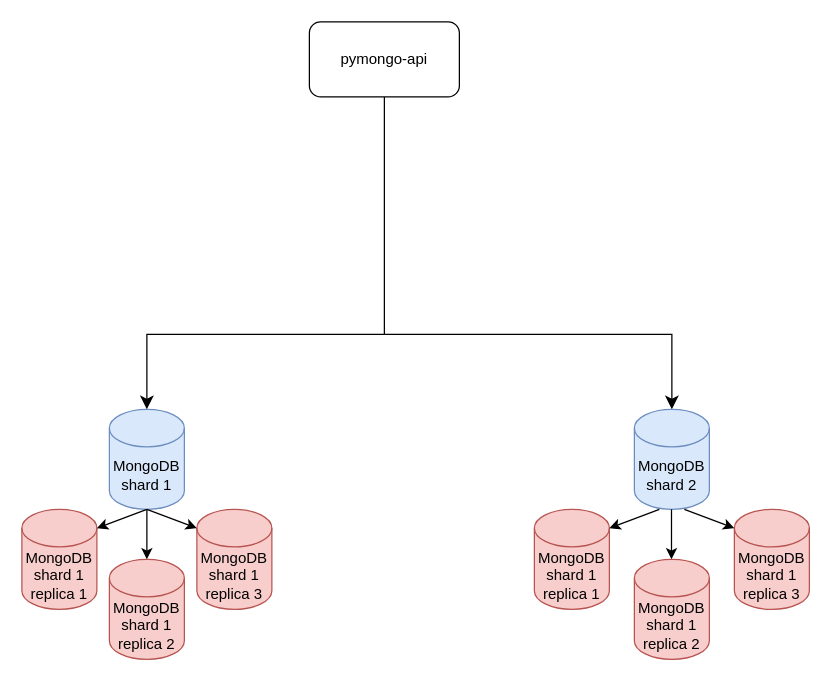
6-abs-dev/YP_sprint2 keeps this draw.io diagram as page "task 3 replica" (3 of 6) of sprint2tasks.drawio. Above is the earlier version. Source tidied: cells renumbered, new cells numbered last; positions are measured from the earlier drawing's top-left corner, leaving out a move shared by most shapes. Both pictures are drawn from the tidied source at 125%, with x=0, y=0 at pixel (21, 21).
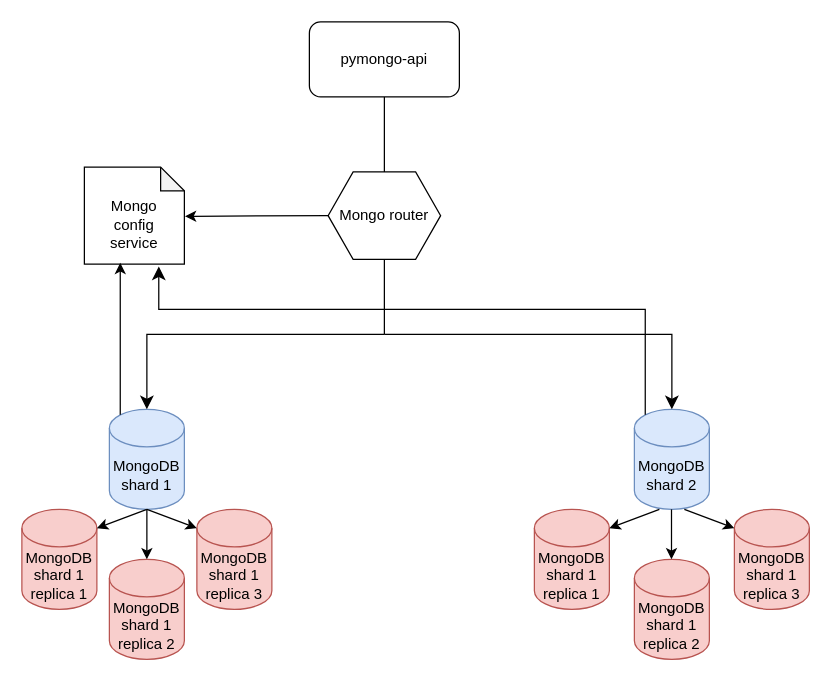
The same diagram, later.

Unchanged cells that the change refers to:
```xml
<mxCell id="2" value="MongoDB&lt;br&gt;shard 1" style="shape=cylinder3;whiteSpace=wrap;html=1;boundedLbl=1;backgroundOutline=1;size=15;fillColor=#dae8fc;strokeColor=#6c8ebf;" parent="1" vertex="1">
  <mxGeometry x="70" y="310" width="60" height="80" as="geometry" />
</mxCell>
<mxCell id="4" value="MongoDB&lt;br&gt;shard 2" style="shape=cylinder3;whiteSpace=wrap;html=1;boundedLbl=1;backgroundOutline=1;size=15;fillColor=#dae8fc;strokeColor=#6c8ebf;" parent="1" vertex="1">
  <mxGeometry x="490" y="310" width="60" height="80" as="geometry" />
</mxCell>
```

The edit, as a diff of the source:
```diff
@@
+    <mxCell id="20" value="Mongo router" style="shape=hexagon;perimeter=hexagonPerimeter2;whiteSpace=wrap;html=1;fixedSize=1;" parent="1" vertex="1">
+      <mxGeometry x="245" y="120" width="90" height="70" as="geometry" />
+    </mxCell>
+    <mxCell id="21" value="&lt;div&gt;&lt;br&gt;&lt;/div&gt;Mongo&lt;br&gt;config&lt;br&gt;service" style="shape=note;whiteSpace=wrap;html=1;backgroundOutline=1;darkOpacity=0.05;size=19;" parent="1" vertex="1">
+      <mxGeometry x="50" y="116.2" width="80" height="77.5" as="geometry" />
+    </mxCell>
+    <mxCell id="22" style="endArrow=classic;html=1;rounded=0;entryX=0.359;entryY=0.988;entryDx=0;entryDy=0;entryPerimeter=0;exitX=0.145;exitY=0;exitDx=0;exitDy=4.35;exitPerimeter=0;" parent="1" edge="1" source="2" target="21">
+      <mxGeometry relative="1" as="geometry" />
+    </mxCell>
+    <mxCell id="23" style="endArrow=classic;html=1;rounded=0;exitX=0;exitY=0.5;exitDx=0;exitDy=0;entryX=1.006;entryY=0.508;entryDx=0;entryDy=0;entryPerimeter=0;" parent="1" edge="1" source="20" target="21">
+      <mxGeometry relative="1" as="geometry" />
+    </mxCell>
+    <mxCell id="24" style="edgeStyle=elbowEdgeStyle;elbow=vertical;endArrow=classic;html=1;curved=0;rounded=0;endSize=8;startSize=8;exitX=0.145;exitY=0;exitDx=0;exitDy=4.35;exitPerimeter=0;entryX=0.744;entryY=1.025;entryDx=0;entryDy=0;entryPerimeter=0;" parent="1" edge="1" source="4" target="21">
+      <mxGeometry relative="1" as="geometry">
+        <Array as="points">
+          <mxPoint x="310" y="230" />
+        </Array>
+      </mxGeometry>
+    </mxCell>
```
